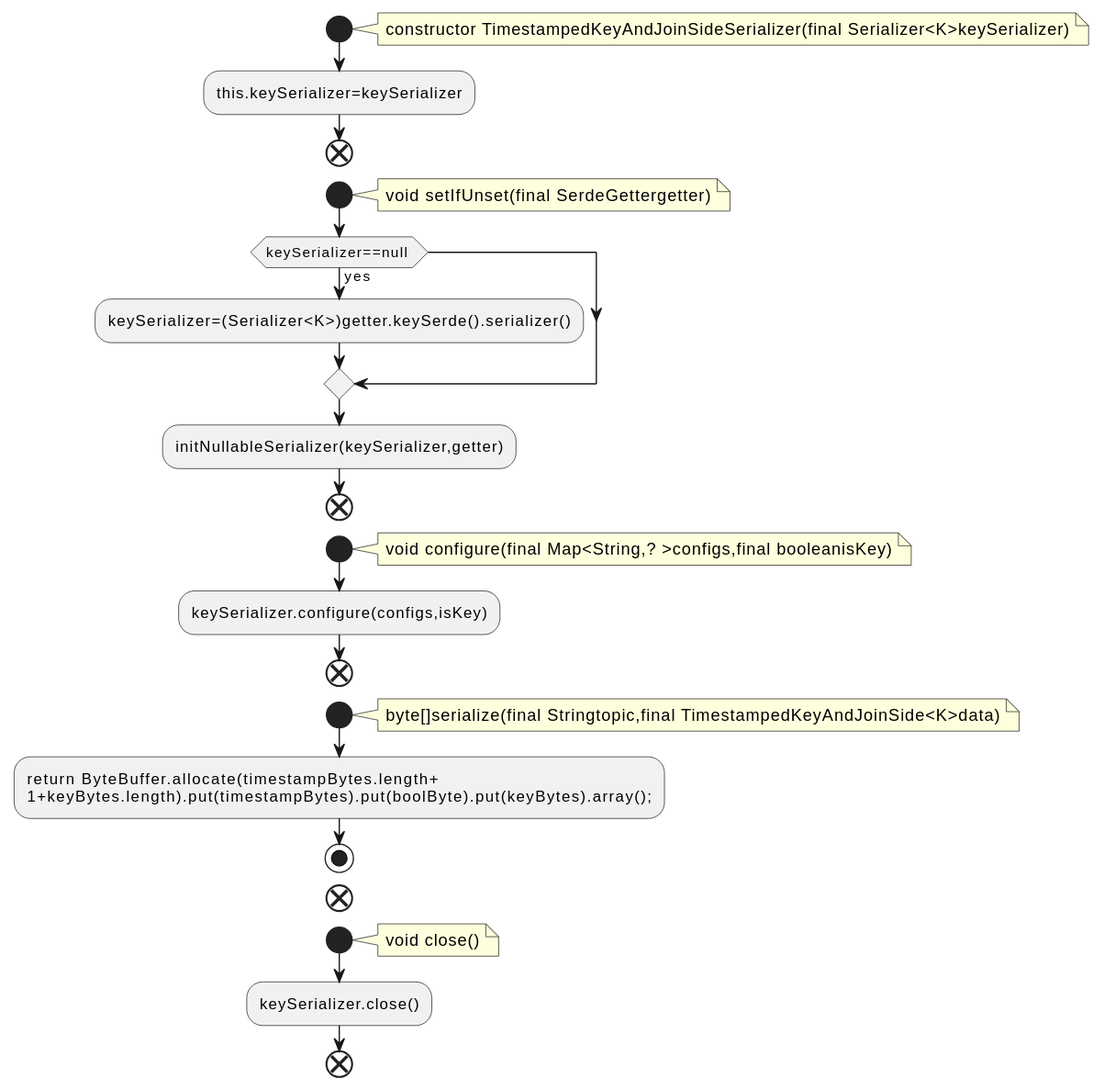
Above: docs/qc/streams/src/main/java/org/apache/kafka/streams/state/internals/TimestampedKeyAndJoinSideSerializer.java.fct.svg in qualitesys/kafka (PlantUML), before the change.
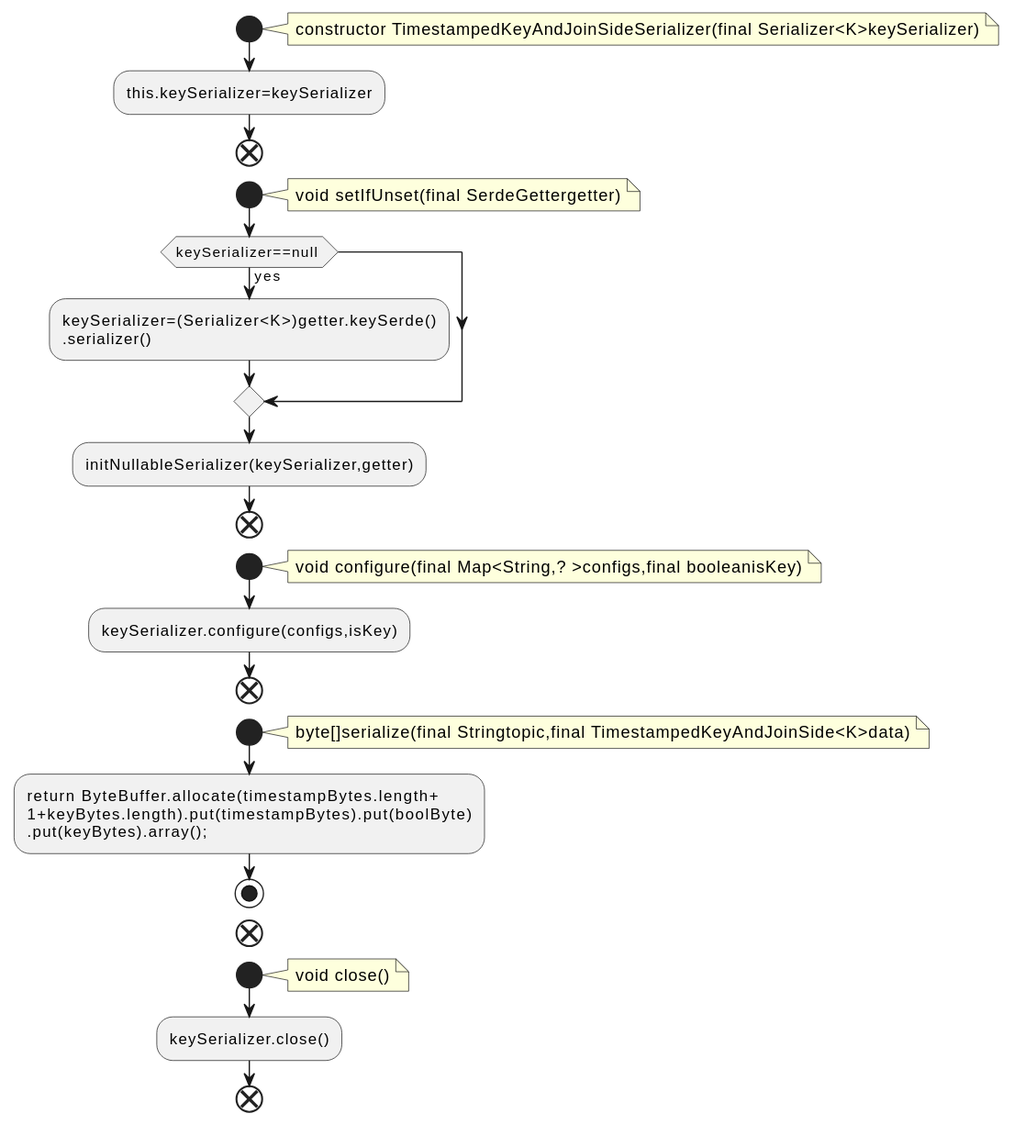
The same file after the commit.

Change to the diagram source:
```diff
@@ -11,7 +11,8 @@
 void setIfUnset(final SerdeGettergetter)
 end note
 if (keySerializer==null ) then (yes)
-:keySerializer=(Serializer<K>)getter.keySerde().serializer();
+:keySerializer=(Serializer<K>)getter.keySerde()
+.serializer();
 endif
 :initNullableSerializer(keySerializer,getter);
 end
@@ -26,7 +27,8 @@
 byte[]serialize(final Stringtopic,final TimestampedKeyAndJoinSide<K>data)
 end note
 :return ByteBuffer.allocate(timestampBytes.length+
-1+keyBytes.length).put(timestampBytes).put(boolByte).put(keyBytes).array();;
+1+keyBytes.length).put(timestampBytes).put(boolByte)
+.put(keyBytes).array();;
 stop
 end
 start
```
